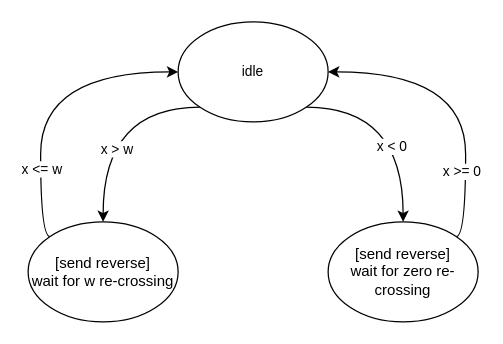
Earlier version of the draw.io diagram looptest.drawio (guitarvydas/sm). Source tidied: cells renumbered, new cells numbered last; positions are measured from the earlier drawing's top-left corner, leaving out a move shared by most shapes. Both pictures are drawn from the tidied source at 125%, with x=0, y=0 at pixel (28, 21).
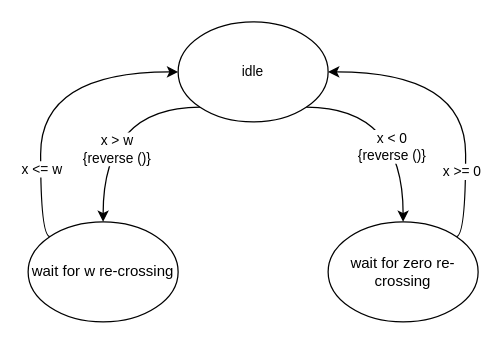
Above is the later version.

Change to the diagram source:
```diff
@@
 <mxGraphModel>
   <root>
     <mxCell id="0" />
     <mxCell id="1" parent="0" />
     <mxCell id="2" style="edgeStyle=orthogonalEdgeStyle;shape=connector;curved=1;rounded=0;jettySize=auto;html=1;exitX=0;exitY=1;exitDx=0;exitDy=0;entryX=0.5;entryY=0;entryDx=0;entryDy=0;strokeColor=default;align=center;verticalAlign=middle;fontFamily=Helvetica;fontSize=11;fontColor=default;labelBackgroundColor=default;endArrow=classic;" parent="1" edge="1" source="6" target="9">
       <mxGeometry relative="1" as="geometry">
         <Array as="points">
           <mxPoint x="60" y="68" />
         </Array>
       </mxGeometry>
     </mxCell>
-    <mxCell id="3" value="x &amp;gt; w" style="edgeLabel;html=1;align=center;verticalAlign=middle;fontFamily=Helvetica;fontSize=11;fontColor=default;labelBackgroundColor=default;" parent="2" vertex="1">
+    <mxCell id="3" value="x &amp;gt; w&lt;div&gt;{reverse ()}&lt;/div&gt;" style="edgeLabel;html=1;align=center;verticalAlign=middle;fontFamily=Helvetica;fontSize=11;fontColor=default;labelBackgroundColor=default;" parent="2" vertex="1">
       <mxGeometry x="0.31" y="10" relative="1" as="geometry" />
     </mxCell>
     <mxCell id="4" style="edgeStyle=orthogonalEdgeStyle;shape=connector;curved=1;rounded=0;jettySize=auto;html=1;exitX=1;exitY=1;exitDx=0;exitDy=0;entryX=0.5;entryY=0;entryDx=0;entryDy=0;strokeColor=default;align=center;verticalAlign=middle;fontFamily=Helvetica;fontSize=11;fontColor=default;labelBackgroundColor=default;endArrow=classic;" parent="1" edge="1" source="6" target="12">
       <mxGeometry relative="1" as="geometry">
         <Array as="points">
           <mxPoint x="300" y="68" />
         </Array>
       </mxGeometry>
     </mxCell>
-    <mxCell id="5" value="x &amp;lt; 0" style="edgeLabel;html=1;align=center;verticalAlign=middle;fontFamily=Helvetica;fontSize=11;fontColor=default;labelBackgroundColor=default;" parent="4" vertex="1">
+    <mxCell id="5" value="x &amp;lt; 0&lt;div&gt;{reverse ()}&lt;/div&gt;" style="edgeLabel;html=1;align=center;verticalAlign=middle;fontFamily=Helvetica;fontSize=11;fontColor=default;labelBackgroundColor=default;" parent="4" vertex="1">
       <mxGeometry x="0.43" y="-7" relative="1" as="geometry">
         <mxPoint x="-3" y="-12" as="offset" />
       </mxGeometry>
     </mxCell>
     <mxCell id="6" value="idle" style="ellipse;whiteSpace=wrap;html=1;fontFamily=Helvetica;fontSize=11;fontColor=default;labelBackgroundColor=none;" parent="1" vertex="1">
       <mxGeometry x="120" width="120" height="80" as="geometry" />
     </mxCell>
     <mxCell id="7" style="edgeStyle=orthogonalEdgeStyle;shape=connector;curved=1;rounded=0;jettySize=auto;html=1;exitX=0;exitY=0;exitDx=0;exitDy=0;entryX=0;entryY=0.5;entryDx=0;entryDy=0;strokeColor=default;align=center;verticalAlign=middle;fontFamily=Helvetica;fontSize=11;fontColor=default;labelBackgroundColor=default;endArrow=classic;" parent="1" edge="1" source="9" target="6">
       <mxGeometry relative="1" as="geometry">
         <Array as="points">
           <mxPoint x="10" y="172" />
           <mxPoint x="10" y="40" />
         </Array>
       </mxGeometry>
     </mxCell>
     <mxCell id="8" value="x &amp;lt;= w" style="edgeLabel;html=1;align=center;verticalAlign=middle;fontFamily=Helvetica;fontSize=11;fontColor=default;labelBackgroundColor=default;" parent="7" vertex="1">
       <mxGeometry x="-0.5" relative="1" as="geometry" />
     </mxCell>
-    <mxCell id="9" value="&lt;span style=&quot;font-size: 12px;&quot;&gt;[send reverse]&lt;/span&gt;&lt;div style=&quot;font-size: 12px;&quot;&gt;wait for w re-crossing&lt;/div&gt;" style="ellipse;whiteSpace=wrap;html=1;fontFamily=Helvetica;fontSize=11;fontColor=default;labelBackgroundColor=none;" parent="1" vertex="1">
+    <mxCell id="9" value="&lt;div style=&quot;font-size: 12px;&quot;&gt;wait for w re-crossing&lt;/div&gt;" style="ellipse;whiteSpace=wrap;html=1;fontFamily=Helvetica;fontSize=11;fontColor=default;labelBackgroundColor=none;" parent="1" vertex="1">
       <mxGeometry y="160" width="120" height="80" as="geometry" />
     </mxCell>
     <mxCell id="10" style="edgeStyle=orthogonalEdgeStyle;shape=connector;curved=1;rounded=0;jettySize=auto;html=1;exitX=1;exitY=0;exitDx=0;exitDy=0;entryX=1;entryY=0.5;entryDx=0;entryDy=0;strokeColor=default;align=center;verticalAlign=middle;fontFamily=Helvetica;fontSize=11;fontColor=default;labelBackgroundColor=default;endArrow=classic;" parent="1" edge="1" source="12" target="6">
       <mxGeometry relative="1" as="geometry">
         <Array as="points">
           <mxPoint x="350" y="172" />
           <mxPoint x="350" y="40" />
         </Array>
       </mxGeometry>
     </mxCell>
     <mxCell id="11" value="x &amp;gt;= 0" style="edgeLabel;html=1;align=center;verticalAlign=middle;fontFamily=Helvetica;fontSize=11;fontColor=default;labelBackgroundColor=default;" parent="10" vertex="1">
       <mxGeometry x="-0.52" y="4" relative="1" as="geometry" />
     </mxCell>
-    <mxCell id="12" value="&lt;span style=&quot;font-size: 12px;&quot;&gt;[send reverse]&lt;/span&gt;&lt;div style=&quot;font-size: 12px;&quot;&gt;wait for zero re-crossing&lt;/div&gt;" style="ellipse;whiteSpace=wrap;html=1;fontFamily=Helvetica;fontSize=11;fontColor=default;labelBackgroundColor=none;" parent="1" vertex="1">
+    <mxCell id="12" value="&lt;div style=&quot;font-size: 12px;&quot;&gt;wait for zero re-crossing&lt;/div&gt;" style="ellipse;whiteSpace=wrap;html=1;fontFamily=Helvetica;fontSize=11;fontColor=default;labelBackgroundColor=none;" parent="1" vertex="1">
       <mxGeometry x="240" y="160" width="120" height="80" as="geometry" />
     </mxCell>
   </root>
 </mxGraphModel>
```
